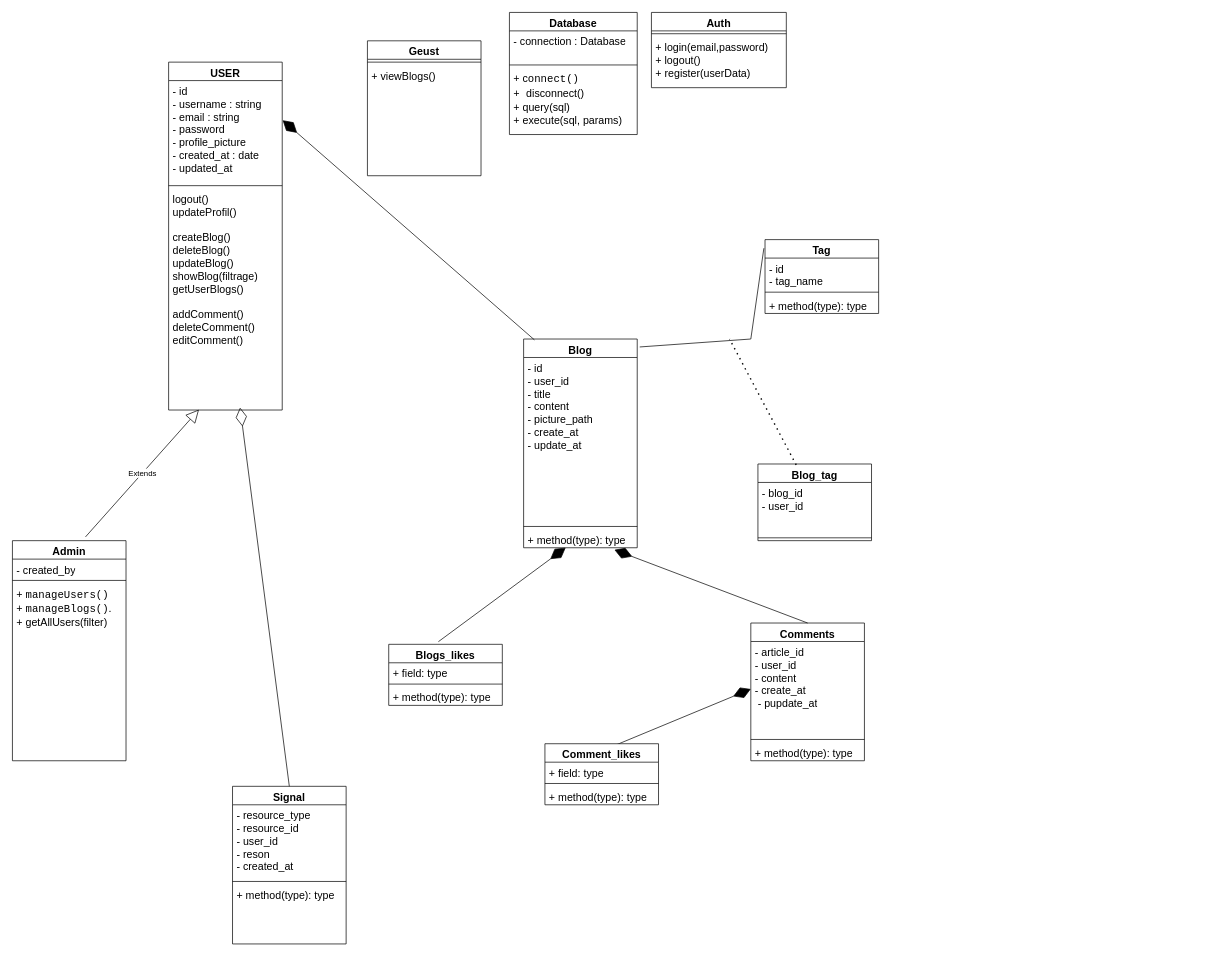
The draw.io diagram db/class diagram.drawio in mohammed-ali-boutaine/blog-app-php, before the edit. Source tidied: cells renumbered, new cells numbered last; positions are measured from the earlier drawing's top-left corner, leaving out a move shared by most shapes. Both pictures are drawn from the tidied source at 71%, with x=0, y=0 at pixel (12, 12).
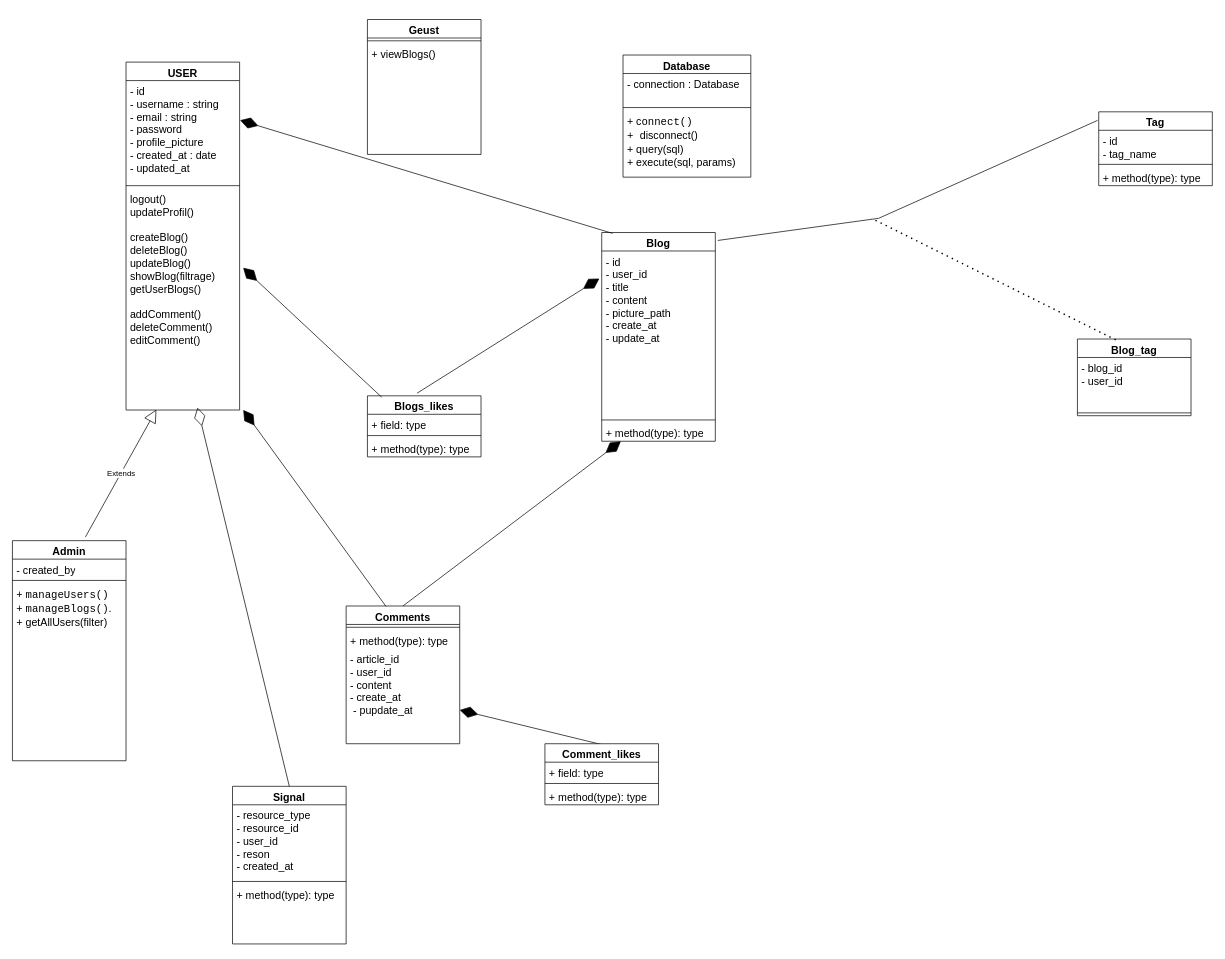
Above is the later version.

Commit message (it also covers changes not shown here):
create user (abstract class) and user class

Unchanged cells that the change refers to:
```xml
<mxCell id="5" value="&lt;div&gt;logout()&lt;/div&gt;&lt;div&gt;updateProfil()&lt;/div&gt;&lt;div&gt;&lt;br&gt;&lt;/div&gt;&lt;div&gt;createBlog()&lt;/div&gt;&lt;div&gt;deleteBlog()&lt;/div&gt;&lt;div&gt;updateBlog()&lt;/div&gt;&lt;div&gt;showBlog(filtrage)&lt;/div&gt;&lt;div&gt;getUserBlogs()&lt;/div&gt;&lt;div&gt;&lt;br&gt;&lt;/div&gt;&lt;div&gt;addComment()&lt;/div&gt;&lt;div&gt;deleteComment()&lt;/div&gt;&lt;div&gt;editComment()&lt;/div&gt;" style="text;strokeColor=none;fillColor=none;align=left;verticalAlign=top;spacingLeft=4;spacingRight=4;overflow=hidden;points=[[0,0.5],[1,0.5]];portConstraint=eastwest;whiteSpace=wrap;html=1;fontSize=15;" parent="2" vertex="1">
  <mxGeometry y="178" width="160" height="312" as="geometry" />
</mxCell>
<mxCell id="11" value="&lt;div&gt;- id&lt;/div&gt;- user_id&lt;div&gt;- title&lt;/div&gt;&lt;div&gt;- content&lt;/div&gt;&lt;div&gt;- picture_path&lt;/div&gt;&lt;div&gt;- create_at&lt;/div&gt;&lt;div&gt;- update_at&lt;/div&gt;" style="text;strokeColor=none;fillColor=none;align=left;verticalAlign=top;spacingLeft=4;spacingRight=4;overflow=hidden;points=[[0,0.5],[1,0.5]];portConstraint=eastwest;whiteSpace=wrap;html=1;fontSize=15;" parent="10" vertex="1">
  <mxGeometry y="26" width="160" height="234" as="geometry" />
</mxCell>
<mxCell id="13" value="+ method(type): type" style="text;strokeColor=none;fillColor=none;align=left;verticalAlign=top;spacingLeft=4;spacingRight=4;overflow=hidden;points=[[0,0.5],[1,0.5]];portConstraint=eastwest;whiteSpace=wrap;html=1;fontSize=15;" parent="10" vertex="1">
  <mxGeometry y="268" width="160" height="26" as="geometry" />
</mxCell>
<mxCell id="51" value="Comment_likes" style="swimlane;fontStyle=1;align=center;verticalAlign=top;horizontal=1;startSize=26;whiteSpace=wrap;html=1;fontSize=15;" parent="1" vertex="1">
  <mxGeometry x="750" y="1030" width="160" height="86" as="geometry" />
</mxCell>
```

The edit, as a diff of the source:
```diff
@@
     <mxCell id="2" value="USER" style="swimlane;fontStyle=1;align=center;verticalAlign=top;horizontal=1;startSize=26;whiteSpace=wrap;html=1;fontSize=15;" parent="1" vertex="1">
-      <mxGeometry x="220" y="70" width="160" height="490" as="geometry" />
+      <mxGeometry x="160" y="70" width="160" height="490" as="geometry" />
     </mxCell>
@@
     <mxCell id="10" value="Blog" style="swimlane;fontStyle=1;align=center;verticalAlign=top;horizontal=1;startSize=26;whiteSpace=wrap;html=1;fontSize=15;" parent="1" vertex="1">
-      <mxGeometry x="720" y="460" width="160" height="294" as="geometry" />
+      <mxGeometry x="830" y="310" width="160" height="294" as="geometry" />
     </mxCell>
@@
     <mxCell id="14" value="Comments" style="swimlane;fontStyle=1;align=center;verticalAlign=top;horizontal=1;startSize=26;whiteSpace=wrap;html=1;fontSize=15;" parent="1" vertex="1">
-      <mxGeometry x="1040" y="860" width="160" height="194" as="geometry" />
+      <mxGeometry x="470" y="836" width="160" height="194" as="geometry" />
     </mxCell>
-    <mxCell id="15" value="- article_id&lt;div&gt;- user_id&lt;/div&gt;&lt;div&gt;- content&lt;/div&gt;&lt;div&gt;- create_at&lt;/div&gt;&lt;div&gt;&amp;nbsp;- pupdate_at&lt;/div&gt;&lt;div&gt;&lt;br&gt;&lt;/div&gt;" style="text;strokeColor=none;fillColor=none;align=left;verticalAlign=top;spacingLeft=4;spacingRight=4;overflow=hidden;points=[[0,0.5],[1,0.5]];portConstraint=eastwest;whiteSpace=wrap;html=1;fontSize=15;" parent="14" vertex="1">
-      <mxGeometry y="26" width="160" height="134" as="geometry" />
-    </mxCell>
     <mxCell id="16" style="line;strokeWidth=1;fillColor=none;align=left;verticalAlign=middle;spacingTop=-1;spacingLeft=3;spacingRight=3;labelPosition=right;strokeColor=inherit;fontSize=15;" parent="14" vertex="1">
-      <mxGeometry y="160" width="160" height="8" as="geometry" />
+      <mxGeometry y="26" width="160" height="8" as="geometry" />
     </mxCell>
     <mxCell id="17" value="+ method(type): type" style="text;strokeColor=none;fillColor=none;align=left;verticalAlign=top;spacingLeft=4;spacingRight=4;overflow=hidden;whiteSpace=wrap;html=1;fontSize=15;" parent="14" vertex="1">
-      <mxGeometry y="168" width="160" height="26" as="geometry" />
+      <mxGeometry y="34" width="160" height="26" as="geometry" />
     </mxCell>
+    <mxCell id="15" value="- article_id&lt;div&gt;- user_id&lt;/div&gt;&lt;div&gt;- content&lt;/div&gt;&lt;div&gt;- create_at&lt;/div&gt;&lt;div&gt;&amp;nbsp;- pupdate_at&lt;/div&gt;&lt;div&gt;&lt;br&gt;&lt;/div&gt;" style="text;strokeColor=none;fillColor=none;align=left;verticalAlign=top;spacingLeft=4;spacingRight=4;overflow=hidden;points=[[0,0.5],[1,0.5]];portConstraint=eastwest;whiteSpace=wrap;html=1;fontSize=15;" parent="14" vertex="1">
+      <mxGeometry y="60" width="160" height="134" as="geometry" />
+    </mxCell>
     <mxCell id="18" value="Blogs_likes" style="swimlane;fontStyle=1;align=center;verticalAlign=top;horizontal=1;startSize=26;whiteSpace=wrap;html=1;fontSize=15;" parent="1" vertex="1">
-      <mxGeometry x="530" y="890" width="160" height="86" as="geometry" />
+      <mxGeometry x="500" y="540" width="160" height="86" as="geometry" />
     </mxCell>
@@
-    <mxCell id="22" style="endArrow=diamondThin;endFill=1;endSize=24;html=1;rounded=0;entryX=0.37;entryY=0.997;entryDx=0;entryDy=0;entryPerimeter=0;exitX=0.437;exitY=-0.043;exitDx=0;exitDy=0;exitPerimeter=0;" parent="1" edge="1" source="18" target="13">
+    <mxCell id="22" style="endArrow=diamondThin;endFill=1;endSize=24;html=1;rounded=0;entryX=-0.021;entryY=0.166;entryDx=0;entryDy=0;entryPerimeter=0;exitX=0.437;exitY=-0.043;exitDx=0;exitDy=0;exitPerimeter=0;" parent="1" edge="1" source="18" target="11">
       <mxGeometry relative="1" as="geometry" />
     </mxCell>
-    <mxCell id="23" style="endArrow=diamondThin;endFill=1;endSize=24;html=1;rounded=0;entryX=0.799;entryY=1.11;entryDx=0;entryDy=0;entryPerimeter=0;exitX=0.5;exitY=0;exitDx=0;exitDy=0;" parent="1" edge="1" source="14" target="13">
+    <mxCell id="23" style="endArrow=diamondThin;endFill=1;endSize=24;html=1;rounded=0;entryX=0.168;entryY=1.005;entryDx=0;entryDy=0;entryPerimeter=0;exitX=0.5;exitY=0;exitDx=0;exitDy=0;" parent="1" edge="1" source="14" target="13">
       <mxGeometry relative="1" as="geometry" />
     </mxCell>
@@
     <mxCell id="25" value="Tag" style="swimlane;fontStyle=1;align=center;verticalAlign=top;horizontal=1;startSize=26;whiteSpace=wrap;html=1;fontSize=15;" parent="1" vertex="1">
-      <mxGeometry x="1060" y="320" width="160" height="104" as="geometry" />
+      <mxGeometry x="1530" y="140" width="160" height="104" as="geometry" />
     </mxCell>
@@
     <mxCell id="29" value="Blog_tag" style="swimlane;fontStyle=1;align=center;verticalAlign=top;horizontal=1;startSize=26;whiteSpace=wrap;html=1;fontSize=15;" parent="1" vertex="1">
-      <mxGeometry x="1050" y="636" width="160" height="108" as="geometry" />
+      <mxGeometry x="1500" y="460" width="160" height="108" as="geometry" />
     </mxCell>
@@
-    <mxCell id="32" style="endArrow=diamondThin;endFill=1;endSize=24;html=1;rounded=0;entryX=0;entryY=0.5;entryDx=0;entryDy=0;exitX=0.584;exitY=0.052;exitDx=0;exitDy=0;exitPerimeter=0;" parent="1" edge="1" source="51" target="15">
+    <mxCell id="32" style="endArrow=diamondThin;endFill=1;endSize=24;html=1;rounded=0;exitX=0.584;exitY=0.052;exitDx=0;exitDy=0;exitPerimeter=0;" parent="1" edge="1" source="51" target="15">
       <mxGeometry relative="1" as="geometry" />
     </mxCell>
@@
     <mxCell id="37" style="endArrow=none;html=1;rounded=0;entryX=-0.01;entryY=0.116;entryDx=0;entryDy=0;entryPerimeter=0;exitX=1.022;exitY=0.038;exitDx=0;exitDy=0;exitPerimeter=0;" parent="1" edge="1" source="10" target="25">
       <mxGeometry relative="1" as="geometry">
         <Array as="points">
-          <mxPoint x="1040" y="460" />
+          <mxPoint x="1220" y="290" />
         </Array>
       </mxGeometry>
     </mxCell>
     <mxCell id="38" style="endArrow=none;dashed=1;html=1;dashPattern=1 3;strokeWidth=2;rounded=0;exitX=0.337;exitY=0.011;exitDx=0;exitDy=0;exitPerimeter=0;" parent="1" edge="1" source="29">
       <mxGeometry relative="1" as="geometry">
-        <mxPoint x="1010" y="460" as="targetPoint" />
+        <mxPoint x="1210" y="290" as="targetPoint" />
       </mxGeometry>
     </mxCell>
     <mxCell id="39" value="Database" style="swimlane;fontStyle=1;align=center;verticalAlign=top;horizontal=1;startSize=26;whiteSpace=wrap;html=1;fontSize=15;" parent="1" vertex="1">
-      <mxGeometry x="700" width="180" height="172" as="geometry" />
+      <mxGeometry x="860" y="60" width="180" height="172" as="geometry" />
     </mxCell>
@@
-    <mxCell id="43" value="Auth" style="swimlane;fontStyle=1;align=center;verticalAlign=top;horizontal=1;startSize=26;whiteSpace=wrap;html=1;fontSize=15;" parent="1" vertex="1">
-      <mxGeometry x="900" width="190" height="106" as="geometry" />
-    </mxCell>
-    <mxCell id="44" style="line;strokeWidth=1;fillColor=none;align=left;verticalAlign=middle;spacingTop=-1;spacingLeft=3;spacingRight=3;labelPosition=right;strokeColor=inherit;fontSize=15;" parent="43" vertex="1">
-      <mxGeometry y="26" width="190" height="8" as="geometry" />
-    </mxCell>
-    <mxCell id="45" value="+&amp;nbsp;&lt;span style=&quot;color: light-dark(rgb(0, 0, 0), rgb(255, 255, 255)); background-color: transparent;&quot;&gt;login(email,password)&lt;/span&gt;&lt;div&gt;&lt;span style=&quot;background-color: transparent; color: light-dark(rgb(0, 0, 0), rgb(255, 255, 255));&quot;&gt;+ logout()&lt;/span&gt;&lt;/div&gt;&lt;div&gt;&lt;span style=&quot;background-color: transparent; color: light-dark(rgb(0, 0, 0), rgb(255, 255, 255));&quot;&gt;+ register(userData)&lt;/span&gt;&lt;/div&gt;" style="text;strokeColor=none;fillColor=none;align=left;verticalAlign=top;spacingLeft=4;spacingRight=4;overflow=hidden;whiteSpace=wrap;html=1;fontSize=15;" parent="43" vertex="1">
-      <mxGeometry y="34" width="190" height="72" as="geometry" />
-    </mxCell>
     <mxCell id="46" value="Geust" style="swimlane;fontStyle=1;align=center;verticalAlign=top;horizontal=1;startSize=26;whiteSpace=wrap;html=1;fontSize=15;" parent="1" vertex="1">
-      <mxGeometry x="500" y="40" width="160" height="190" as="geometry" />
+      <mxGeometry x="500" y="10" width="160" height="190" as="geometry" />
     </mxCell>
@@
+    <mxCell id="55" style="endArrow=diamondThin;endFill=1;endSize=24;html=1;rounded=0;entryX=1.032;entryY=1;entryDx=0;entryDy=0;entryPerimeter=0;exitX=0.351;exitY=0.003;exitDx=0;exitDy=0;exitPerimeter=0;" parent="1" edge="1" source="14" target="5">
+      <mxGeometry relative="1" as="geometry" />
+    </mxCell>
+    <mxCell id="56" style="endArrow=diamondThin;endFill=1;endSize=24;html=1;rounded=0;entryX=1.031;entryY=0.358;entryDx=0;entryDy=0;entryPerimeter=0;exitX=0.125;exitY=0.022;exitDx=0;exitDy=0;exitPerimeter=0;" parent="1" edge="1" source="18" target="5">
+      <mxGeometry relative="1" as="geometry" />
+    </mxCell>
```
